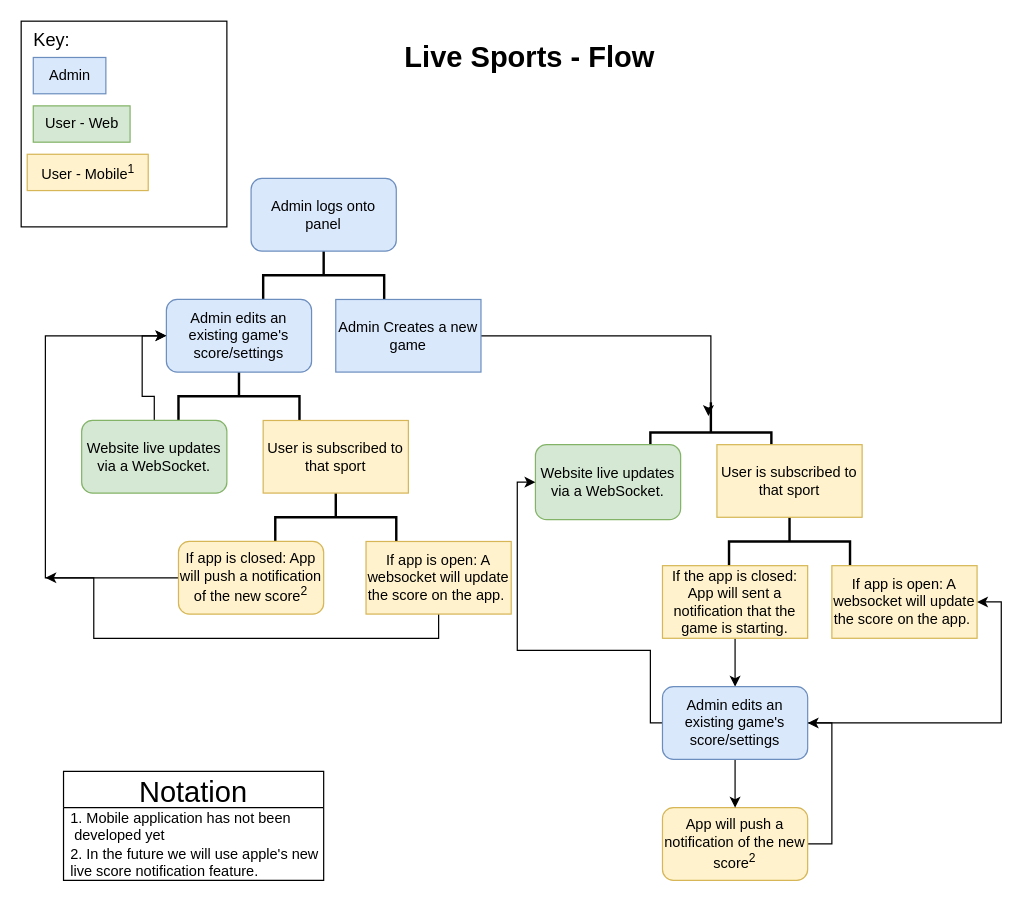
Above: concept.drawio in primitt/highschoolsports (draw.io), before the change. Source tidied: cells renumbered, new cells numbered last; positions are measured from the earlier drawing's top-left corner, leaving out a move shared by most shapes. Both pictures are drawn from the tidied source at 121%, with x=0, y=0 at pixel (21, 21).
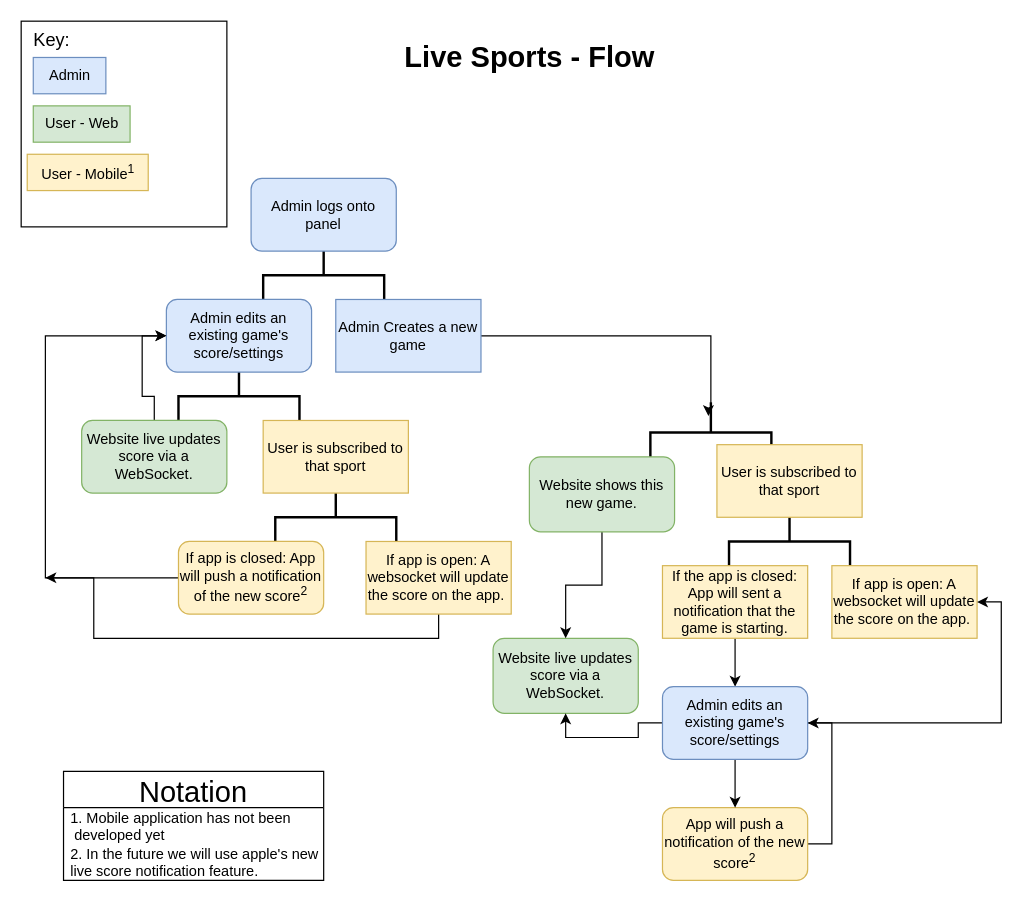
The same page after the edit.

The change refers to these unchanged cells:
```xml
<mxCell id="28" value="If app is open: A websocket will update the score on the app.&amp;nbsp;" style="rounded=0;whiteSpace=wrap;html=1;fillColor=#fff2cc;strokeColor=#d6b656;" parent="1" vertex="1">
  <mxGeometry x="670" y="450" width="120" height="60" as="geometry" />
</mxCell>
<mxCell id="34" value="Admin edits an existing game's score/settings" style="rounded=1;whiteSpace=wrap;html=1;fillColor=#dae8fc;strokeColor=#6c8ebf;" parent="1" vertex="1">
  <mxGeometry x="530" y="550" width="120" height="60" as="geometry" />
</mxCell>
```

The edit, as a diff of the source:
```diff
@@
-    <mxCell id="15" value="Website live updates via a WebSocket." style="whiteSpace=wrap;html=1;fillColor=#d5e8d4;strokeColor=#82b366;rounded=1;" parent="1" vertex="1">
+    <mxCell id="15" value="Website live updates score via a WebSocket." style="whiteSpace=wrap;html=1;fillColor=#d5e8d4;strokeColor=#82b366;rounded=1;" parent="1" vertex="1">
       <mxGeometry x="50" y="330" width="120" height="60" as="geometry" />
     </mxCell>
@@
-    <mxCell id="24" value="Website live updates via a WebSocket." style="whiteSpace=wrap;html=1;fillColor=#d5e8d4;strokeColor=#82b366;rounded=1;" parent="1" vertex="1">
-      <mxGeometry x="425" y="350" width="120" height="62" as="geometry" />
+    <mxCell id="24" value="Website live updates score via a WebSocket." style="whiteSpace=wrap;html=1;fillColor=#d5e8d4;strokeColor=#82b366;rounded=1;" parent="1" vertex="1">
+      <mxGeometry x="390" y="510" width="120" height="62" as="geometry" />
     </mxCell>
@@
+    <mxCell id="33" style="edgeStyle=orthogonalEdgeStyle;rounded=0;jettySize=auto;html=1;entryX=1;entryY=0.5;entryDx=0;entryDy=0;" parent="1" edge="1" source="34" target="28">
+      <mxGeometry relative="1" as="geometry" />
+    </mxCell>
-    <mxCell id="32" style="edgeStyle=orthogonalEdgeStyle;rounded=0;jettySize=auto;html=1;entryX=0;entryY=0.5;entryDx=0;entryDy=0;" parent="1" edge="1" source="34" target="24">
-      <mxGeometry relative="1" as="geometry">
-        <Array as="points">
-          <mxPoint x="520" y="580" />
-          <mxPoint x="520" y="520" />
-          <mxPoint x="410" y="520" />
-          <mxPoint x="410" y="381" />
-        </Array>
-      </mxGeometry>
+    <mxCell id="32" style="edgeStyle=orthogonalEdgeStyle;rounded=0;jettySize=auto;html=1;entryX=0.5;entryY=1;entryDx=0;entryDy=0;fontSize=24;" parent="1" edge="1" source="34" target="24">
+      <mxGeometry relative="1" as="geometry" />
     </mxCell>
-    <mxCell id="33" style="edgeStyle=orthogonalEdgeStyle;rounded=0;jettySize=auto;html=1;entryX=1;entryY=0.5;entryDx=0;entryDy=0;" parent="1" edge="1" source="34" target="28">
-      <mxGeometry relative="1" as="geometry" />
-    </mxCell>
@@
+    <mxCell id="38" style="edgeStyle=orthogonalEdgeStyle;rounded=0;jettySize=auto;html=1;exitX=0.5;exitY=1;exitDx=0;exitDy=0;fontSize=24;" parent="1" edge="1" source="39" target="24">
+      <mxGeometry relative="1" as="geometry" />
+    </mxCell>
+    <mxCell id="39" value="Website shows this new game." style="whiteSpace=wrap;html=1;fillColor=#d5e8d4;strokeColor=#82b366;rounded=1;" parent="1" vertex="1">
+      <mxGeometry x="420" y="360" width="120" height="62" as="geometry" />
+    </mxCell>
```
